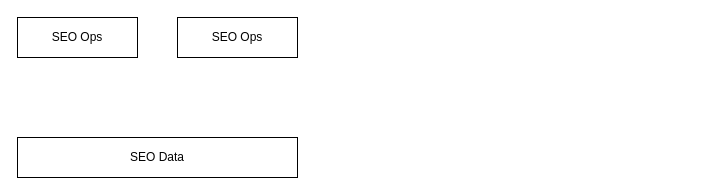
The draw.io diagram drawio/F26_S2_OKR.drawio in VisableHarry/seo-drawio, before the edit. Source tidied: cells renumbered, new cells numbered last; positions are measured from the earlier drawing's top-left corner, leaving out a move shared by most shapes. Both pictures are drawn from the tidied source at 100%, with x=0, y=0 at pixel (17, 17).
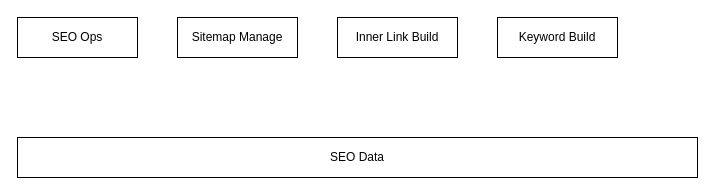
Above is the later version.

Change to the diagram source:
```diff
@@
 <mxGraphModel>
   <root>
     <mxCell id="0" />
     <mxCell id="1" parent="0" />
     <mxCell id="2" value="SEO Data" style="rounded=0;whiteSpace=wrap;html=1;" parent="1" vertex="1">
-      <mxGeometry y="120" width="280" height="40" as="geometry" />
+      <mxGeometry y="120" width="680" height="40" as="geometry" />
     </mxCell>
     <mxCell id="3" value="SEO Ops" style="rounded=0;whiteSpace=wrap;html=1;" parent="1" vertex="1">
       <mxGeometry width="120" height="40" as="geometry" />
     </mxCell>
-    <mxCell id="4" value="SEO Ops" style="rounded=0;whiteSpace=wrap;html=1;" parent="1" vertex="1">
+    <mxCell id="4" value="Sitemap Manage" style="rounded=0;whiteSpace=wrap;html=1;" parent="1" vertex="1">
       <mxGeometry x="160" width="120" height="40" as="geometry" />
     </mxCell>
+    <mxCell id="5" value="Inner Link Build" style="rounded=0;whiteSpace=wrap;html=1;" parent="1" vertex="1">
+      <mxGeometry x="320" width="120" height="40" as="geometry" />
+    </mxCell>
+    <mxCell id="6" value="Keyword Build" style="rounded=0;whiteSpace=wrap;html=1;" parent="1" vertex="1">
+      <mxGeometry x="480" width="120" height="40" as="geometry" />
+    </mxCell>
   </root>
 </mxGraphModel>
```
